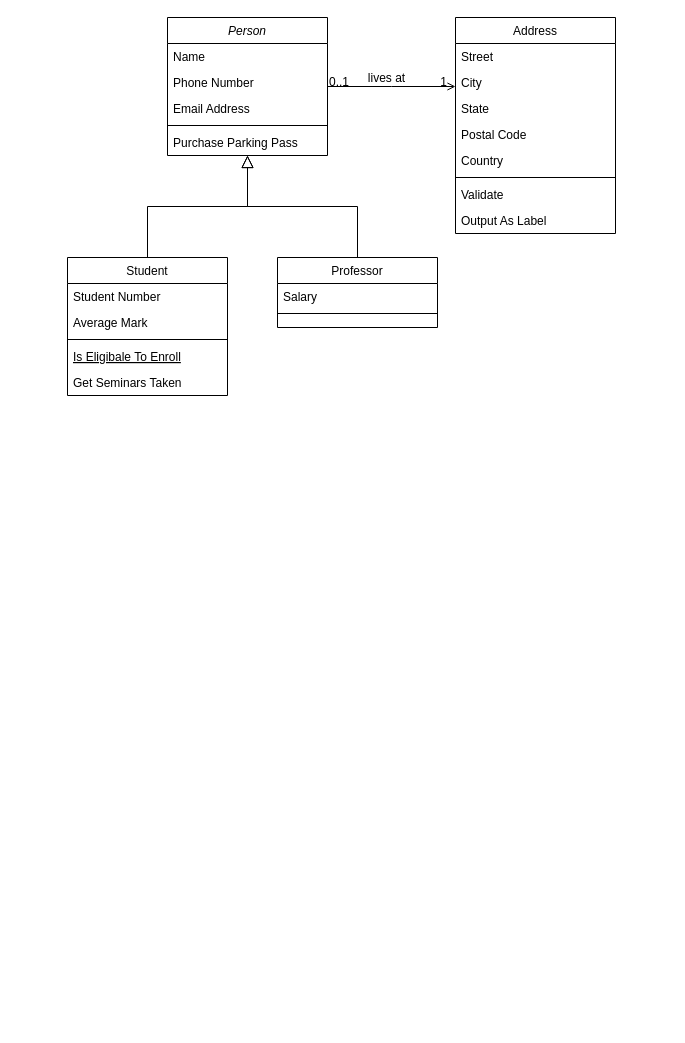
Earlier version of the draw.io diagram Untitled Diagram.drawio (learningCurve89/WorkBasedPortfolios). Source tidied: cells renumbered, new cells numbered last; positions are measured from the earlier drawing's top-left corner, leaving out a move shared by most shapes. Both pictures are drawn from the tidied source at 100%, with x=0, y=0 at pixel (67, 17).
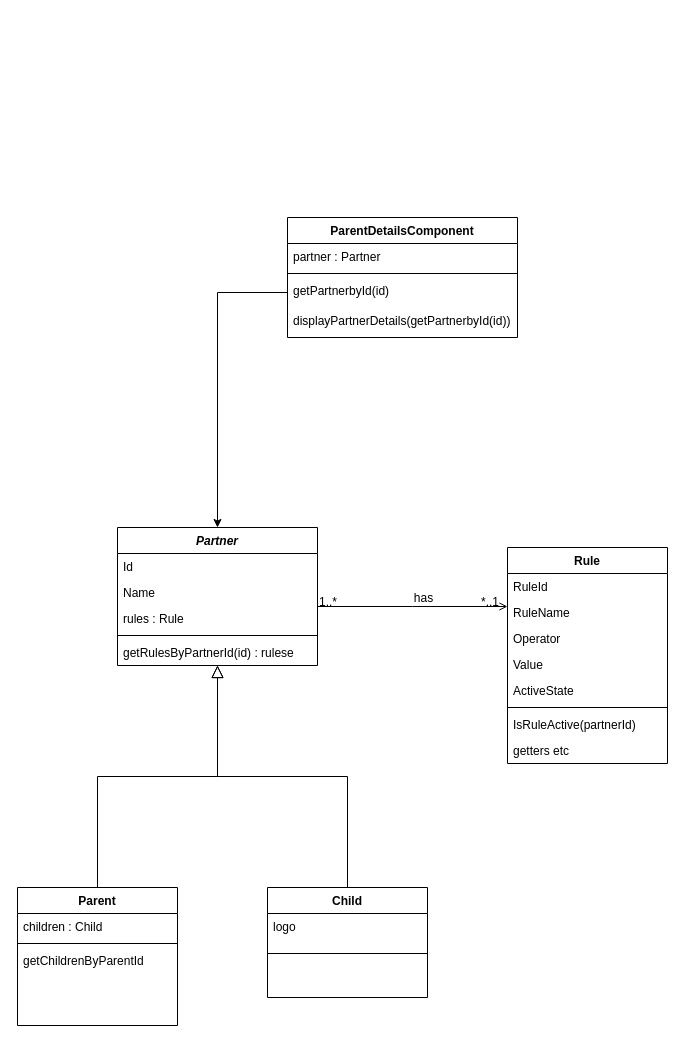
After the change.

The change refers to these unchanged cells:
```xml
<mxCell id="28" style="endArrow=open;shadow=0;strokeWidth=1;rounded=0;endFill=1;edgeStyle=elbowEdgeStyle;elbow=vertical;" parent="1" edge="1" source="2" target="19">
  <mxGeometry x="0.5" y="41" relative="1" as="geometry">
    <mxPoint x="-40" y="32" as="offset" />
  </mxGeometry>
</mxCell>
```

The edit, as a diff of the source:
```diff
@@
-    <mxCell id="2" value="Person" style="swimlane;fontStyle=2;align=center;verticalAlign=top;horizontal=1;startSize=26;rounded=0;shadow=0;strokeWidth=1;" parent="1" vertex="1">
-      <mxGeometry x="100" width="160" height="138" as="geometry" />
+    <mxCell id="2" value="Partner" style="swimlane;fontStyle=3;align=center;verticalAlign=top;horizontal=1;startSize=26;rounded=0;shadow=0;strokeWidth=1;" parent="1" vertex="1">
+      <mxGeometry x="50" y="510" width="200" height="138" as="geometry" />
     </mxCell>
-    <mxCell id="3" value="Name" style="text;align=left;verticalAlign=top;spacingLeft=4;spacingRight=4;overflow=hidden;" parent="2" vertex="1">
-      <mxGeometry y="26" width="160" height="26" as="geometry" />
+    <mxCell id="3" value="Id" style="text;align=left;verticalAlign=top;spacingLeft=4;spacingRight=4;overflow=hidden;" parent="2" vertex="1">
+      <mxGeometry y="26" width="200" height="26" as="geometry" />
     </mxCell>
-    <mxCell id="4" value="Phone Number" style="text;align=left;verticalAlign=top;spacingLeft=4;spacingRight=4;overflow=hidden;rounded=0;shadow=0;html=0;" parent="2" vertex="1">
-      <mxGeometry y="52" width="160" height="26" as="geometry" />
+    <mxCell id="4" value="Name" style="text;align=left;verticalAlign=top;spacingLeft=4;spacingRight=4;overflow=hidden;rounded=0;shadow=0;html=0;" parent="2" vertex="1">
+      <mxGeometry y="52" width="200" height="26" as="geometry" />
     </mxCell>
-    <mxCell id="5" value="Email Address" style="text;align=left;verticalAlign=top;spacingLeft=4;spacingRight=4;overflow=hidden;rounded=0;shadow=0;html=0;" parent="2" vertex="1">
-      <mxGeometry y="78" width="160" height="26" as="geometry" />
+    <mxCell id="5" value="rules : Rule" style="text;align=left;verticalAlign=top;spacingLeft=4;spacingRight=4;overflow=hidden;rounded=0;shadow=0;html=0;" parent="2" vertex="1">
+      <mxGeometry y="78" width="200" height="26" as="geometry" />
     </mxCell>
     <mxCell id="6" style="line;html=1;strokeWidth=1;align=left;verticalAlign=middle;spacingTop=-1;spacingLeft=3;spacingRight=3;labelPosition=right;" parent="2" vertex="1">
-      <mxGeometry y="104" width="160" height="8" as="geometry" />
+      <mxGeometry y="104" width="200" height="8" as="geometry" />
     </mxCell>
-    <mxCell id="7" value="Purchase Parking Pass" style="text;align=left;verticalAlign=top;spacingLeft=4;spacingRight=4;overflow=hidden;" parent="2" vertex="1">
-      <mxGeometry y="112" width="160" height="26" as="geometry" />
+    <mxCell id="7" value="getRulesByPartnerId(id) : rulese" style="text;align=left;verticalAlign=top;spacingLeft=4;spacingRight=4;overflow=hidden;" parent="2" vertex="1">
+      <mxGeometry y="112" width="200" height="26" as="geometry" />
     </mxCell>
-    <mxCell id="8" value="Student" style="swimlane;fontStyle=0;align=center;verticalAlign=top;horizontal=1;startSize=26;rounded=0;shadow=0;strokeWidth=1;" parent="1" vertex="1">
-      <mxGeometry y="240" width="160" height="138" as="geometry" />
+    <mxCell id="8" value="Parent" style="swimlane;fontStyle=1;align=center;verticalAlign=top;horizontal=1;startSize=26;rounded=0;shadow=0;strokeWidth=1;" parent="1" vertex="1">
+      <mxGeometry x="-50" y="870" width="160" height="138" as="geometry" />
     </mxCell>
-    <mxCell id="9" value="Student Number" style="text;align=left;verticalAlign=top;spacingLeft=4;spacingRight=4;overflow=hidden;" parent="8" vertex="1">
+    <mxCell id="9" value="children : Child" style="text;align=left;verticalAlign=top;spacingLeft=4;spacingRight=4;overflow=hidden;" parent="8" vertex="1">
       <mxGeometry y="26" width="160" height="26" as="geometry" />
     </mxCell>
-    <mxCell id="10" value="Average Mark" style="text;align=left;verticalAlign=top;spacingLeft=4;spacingRight=4;overflow=hidden;rounded=0;shadow=0;html=0;" parent="8" vertex="1">
-      <mxGeometry y="52" width="160" height="26" as="geometry" />
-    </mxCell>
     <mxCell id="11" style="line;html=1;strokeWidth=1;align=left;verticalAlign=middle;spacingTop=-1;spacingLeft=3;spacingRight=3;labelPosition=right;" parent="8" vertex="1">
-      <mxGeometry y="78" width="160" height="8" as="geometry" />
+      <mxGeometry y="52" width="160" height="8" as="geometry" />
     </mxCell>
-    <mxCell id="12" value="Is Eligibale To Enroll" style="text;align=left;verticalAlign=top;spacingLeft=4;spacingRight=4;overflow=hidden;fontStyle=4;" parent="8" vertex="1">
-      <mxGeometry y="86" width="160" height="26" as="geometry" />
-    </mxCell>
-    <mxCell id="13" value="Get Seminars Taken" style="text;align=left;verticalAlign=top;spacingLeft=4;spacingRight=4;overflow=hidden;" parent="8" vertex="1">
-      <mxGeometry y="112" width="160" height="26" as="geometry" />
+    <mxCell id="13" value="getChildrenByParentId" style="text;align=left;verticalAlign=top;spacingLeft=4;spacingRight=4;overflow=hidden;" parent="8" vertex="1">
+      <mxGeometry y="60" width="160" height="26" as="geometry" />
     </mxCell>
@@
-    <mxCell id="15" value="Professor" style="swimlane;fontStyle=0;align=center;verticalAlign=top;horizontal=1;startSize=26;rounded=0;shadow=0;strokeWidth=1;" parent="1" vertex="1">
-      <mxGeometry x="210" y="240" width="160" height="70" as="geometry" />
+    <mxCell id="15" value="Child" style="swimlane;fontStyle=1;align=center;verticalAlign=top;horizontal=1;startSize=26;rounded=0;shadow=0;strokeWidth=1;" parent="1" vertex="1">
+      <mxGeometry x="200" y="870" width="160" height="110" as="geometry" />
     </mxCell>
-    <mxCell id="16" value="Salary" style="text;align=left;verticalAlign=top;spacingLeft=4;spacingRight=4;overflow=hidden;" parent="15" vertex="1">
+    <mxCell id="16" value="logo" style="text;align=left;verticalAlign=top;spacingLeft=4;spacingRight=4;overflow=hidden;" parent="15" vertex="1">
       <mxGeometry y="26" width="160" height="26" as="geometry" />
     </mxCell>
     <mxCell id="17" style="line;html=1;strokeWidth=1;align=left;verticalAlign=middle;spacingTop=-1;spacingLeft=3;spacingRight=3;labelPosition=right;" parent="15" vertex="1">
-      <mxGeometry y="52" width="160" height="8" as="geometry" />
+      <mxGeometry y="52" width="160" height="28" as="geometry" />
     </mxCell>
@@
-    <mxCell id="19" value="Address" style="swimlane;fontStyle=0;align=center;verticalAlign=top;horizontal=1;startSize=26;rounded=0;shadow=0;strokeWidth=1;" parent="1" vertex="1">
-      <mxGeometry x="388" width="160" height="216" as="geometry" />
+    <mxCell id="19" value="Rule" style="swimlane;fontStyle=1;align=center;verticalAlign=top;horizontal=1;startSize=26;rounded=0;shadow=0;strokeWidth=1;" parent="1" vertex="1">
+      <mxGeometry x="440" y="530" width="160" height="216" as="geometry" />
     </mxCell>
-    <mxCell id="20" value="Street" style="text;align=left;verticalAlign=top;spacingLeft=4;spacingRight=4;overflow=hidden;" parent="19" vertex="1">
+    <mxCell id="20" value="RuleId" style="text;align=left;verticalAlign=top;spacingLeft=4;spacingRight=4;overflow=hidden;" parent="19" vertex="1">
       <mxGeometry y="26" width="160" height="26" as="geometry" />
     </mxCell>
-    <mxCell id="21" value="City" style="text;align=left;verticalAlign=top;spacingLeft=4;spacingRight=4;overflow=hidden;rounded=0;shadow=0;html=0;" parent="19" vertex="1">
+    <mxCell id="21" value="RuleName" style="text;align=left;verticalAlign=top;spacingLeft=4;spacingRight=4;overflow=hidden;rounded=0;shadow=0;html=0;" parent="19" vertex="1">
       <mxGeometry y="52" width="160" height="26" as="geometry" />
     </mxCell>
-    <mxCell id="22" value="State" style="text;align=left;verticalAlign=top;spacingLeft=4;spacingRight=4;overflow=hidden;rounded=0;shadow=0;html=0;" parent="19" vertex="1">
+    <mxCell id="22" value="Operator" style="text;align=left;verticalAlign=top;spacingLeft=4;spacingRight=4;overflow=hidden;rounded=0;shadow=0;html=0;" parent="19" vertex="1">
       <mxGeometry y="78" width="160" height="26" as="geometry" />
     </mxCell>
-    <mxCell id="23" value="Postal Code" style="text;align=left;verticalAlign=top;spacingLeft=4;spacingRight=4;overflow=hidden;rounded=0;shadow=0;html=0;" parent="19" vertex="1">
+    <mxCell id="23" value="Value" style="text;align=left;verticalAlign=top;spacingLeft=4;spacingRight=4;overflow=hidden;rounded=0;shadow=0;html=0;" parent="19" vertex="1">
       <mxGeometry y="104" width="160" height="26" as="geometry" />
     </mxCell>
-    <mxCell id="24" value="Country" style="text;align=left;verticalAlign=top;spacingLeft=4;spacingRight=4;overflow=hidden;rounded=0;shadow=0;html=0;" parent="19" vertex="1">
+    <mxCell id="24" value="ActiveState" style="text;align=left;verticalAlign=top;spacingLeft=4;spacingRight=4;overflow=hidden;rounded=0;shadow=0;html=0;" parent="19" vertex="1">
       <mxGeometry y="130" width="160" height="26" as="geometry" />
     </mxCell>
@@
-    <mxCell id="26" value="Validate" style="text;align=left;verticalAlign=top;spacingLeft=4;spacingRight=4;overflow=hidden;" parent="19" vertex="1">
+    <mxCell id="26" value="IsRuleActive(partnerId)" style="text;align=left;verticalAlign=top;spacingLeft=4;spacingRight=4;overflow=hidden;" parent="19" vertex="1">
       <mxGeometry y="164" width="160" height="26" as="geometry" />
     </mxCell>
-    <mxCell id="27" value="Output As Label" style="text;align=left;verticalAlign=top;spacingLeft=4;spacingRight=4;overflow=hidden;" parent="19" vertex="1">
+    <mxCell id="27" value="getters etc" style="text;align=left;verticalAlign=top;spacingLeft=4;spacingRight=4;overflow=hidden;" parent="19" vertex="1">
       <mxGeometry y="190" width="160" height="26" as="geometry" />
     </mxCell>
@@
-    <mxCell id="29" value="0..1" style="align=left;verticalAlign=bottom;labelBackgroundColor=none;fontSize=12;" parent="28" vertex="1">
+    <mxCell id="29" value="1..*" style="align=left;verticalAlign=bottom;labelBackgroundColor=none;fontSize=12;" parent="28" vertex="1">
       <mxGeometry x="-1" relative="1" as="geometry">
         <mxPoint y="4" as="offset" />
       </mxGeometry>
     </mxCell>
-    <mxCell id="30" value="1" style="align=right;verticalAlign=bottom;labelBackgroundColor=none;fontSize=12;" parent="28" vertex="1">
+    <mxCell id="30" value="*..1" style="align=right;verticalAlign=bottom;labelBackgroundColor=none;fontSize=12;" parent="28" vertex="1">
       <mxGeometry x="1" relative="1" as="geometry">
         <mxPoint x="-7" y="4" as="offset" />
       </mxGeometry>
     </mxCell>
-    <mxCell id="31" value="lives at" style="text;html=1;align=center;verticalAlign=middle;labelBackgroundColor=none;rounded=0;shadow=0;strokeWidth=1;fontSize=12;" parent="28" vertex="1">
+    <mxCell id="31" value="has" style="text;html=1;align=center;verticalAlign=middle;labelBackgroundColor=none;rounded=0;shadow=0;strokeWidth=1;fontSize=12;" parent="28" vertex="1">
       <mxGeometry x="0.5" y="49" relative="1" as="geometry">
         <mxPoint x="-38" y="40" as="offset" />
       </mxGeometry>
     </mxCell>
+    <mxCell id="32" value="ParentDetailsComponent" style="swimlane;fontStyle=1;align=center;verticalAlign=top;horizontal=1;startSize=26;" parent="1" vertex="1">
+      <mxGeometry x="220" y="200" width="230" height="120" as="geometry" />
+    </mxCell>
+    <mxCell id="33" value="partner : Partner" style="text;strokeColor=none;fillColor=none;align=left;verticalAlign=top;spacingLeft=4;spacingRight=4;overflow=hidden;" parent="32" vertex="1">
+      <mxGeometry y="26" width="230" height="26" as="geometry" />
+    </mxCell>
+    <mxCell id="34" style="line;strokeWidth=1;fillColor=none;align=left;verticalAlign=middle;spacingTop=-1;spacingLeft=3;spacingRight=3;labelPosition=right;" parent="32" vertex="1">
+      <mxGeometry y="52" width="230" height="8" as="geometry" />
+    </mxCell>
+    <mxCell id="35" value="getPartnerbyId(id)" style="text;strokeColor=none;fillColor=none;align=left;verticalAlign=top;spacingLeft=4;spacingRight=4;overflow=hidden;points=[[0,0.5],[1,0.5]];portConstraint=eastwest;" parent="32" vertex="1">
+      <mxGeometry y="60" width="230" height="30" as="geometry" />
+    </mxCell>
+    <mxCell id="36" value="displayPartnerDetails(getPartnerbyId(id))" style="text;strokeColor=none;fillColor=none;align=left;verticalAlign=top;spacingLeft=4;spacingRight=4;overflow=hidden;" parent="32" vertex="1">
+      <mxGeometry y="90" width="230" height="30" as="geometry" />
+    </mxCell>
+    <mxCell id="37" style="edgeStyle=orthogonalEdgeStyle;rounded=0;jettySize=auto;html=1;entryX=0.5;entryY=0;entryDx=0;entryDy=0;" parent="1" edge="1" source="35" target="2">
+      <mxGeometry relative="1" as="geometry" />
+    </mxCell>
```
